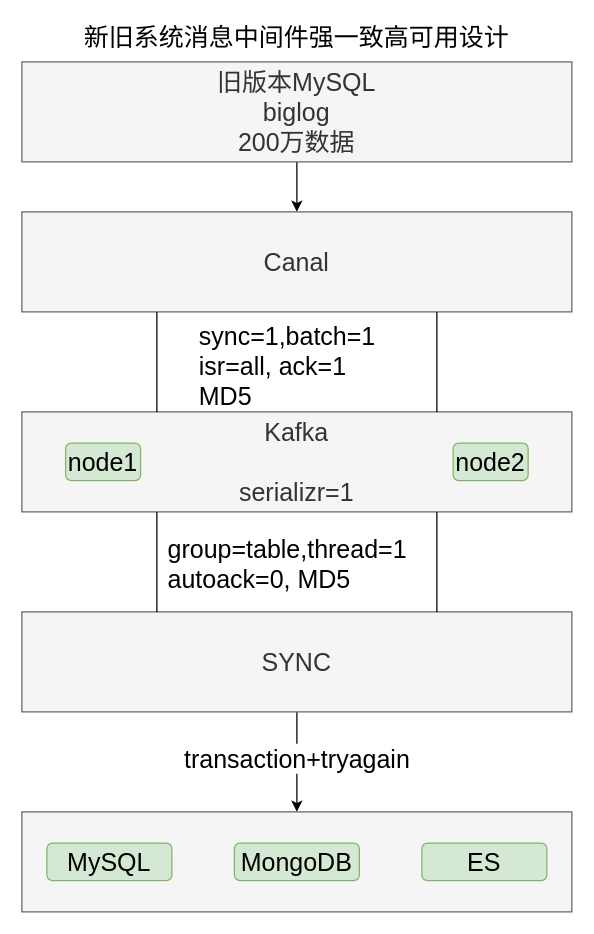
This is page "新旧版本MQ" (5 of 11) of project/ev-er-sec/flaw-patch/flaw-patch.drawio from QQ1350995917/gitbook, a draw.io file, before an edit. Source tidied: cells renumbered, new cells numbered last; positions are measured from the earlier drawing's top-left corner, leaving out a move shared by most shapes. Both pictures are drawn from the tidied source at 125%, with x=0, y=0 at pixel (21, 24).
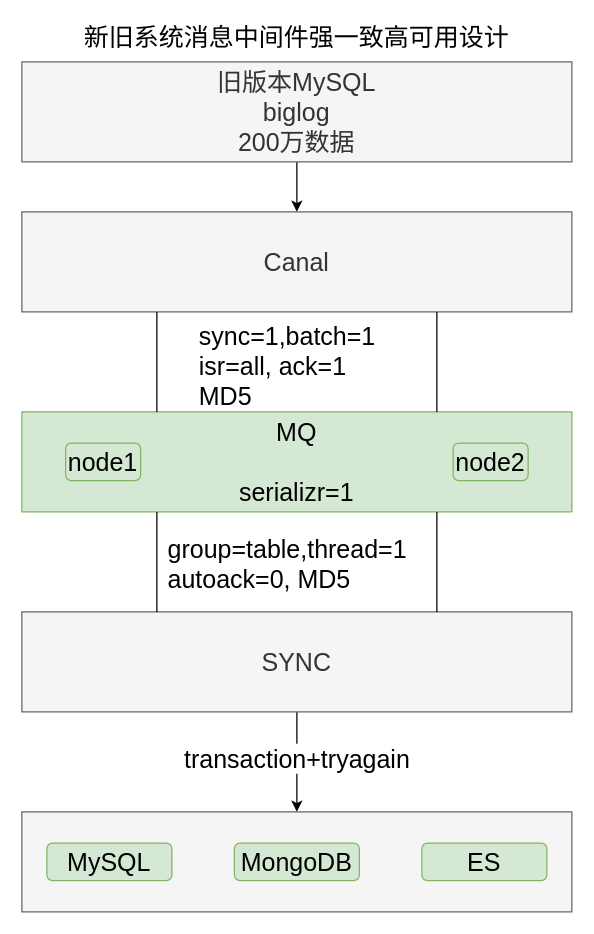
After the change.

Change to the diagram source:
```diff
@@
-    <mxCell id="6" value="Kafka&lt;br&gt;&lt;br&gt;serializr=1" style="rounded=0;whiteSpace=wrap;html=1;fontSize=20;fillColor=#f5f5f5;strokeColor=#666666;fontColor=#333333;" parent="1" vertex="1">
+    <mxCell id="6" value="MQ&lt;br&gt;&lt;br&gt;serializr=1" style="rounded=0;whiteSpace=wrap;html=1;fontSize=20;fillColor=#d5e8d4;strokeColor=#82b366;" parent="1" vertex="1">
       <mxGeometry y="310" width="440" height="80" as="geometry" />
     </mxCell>
```
